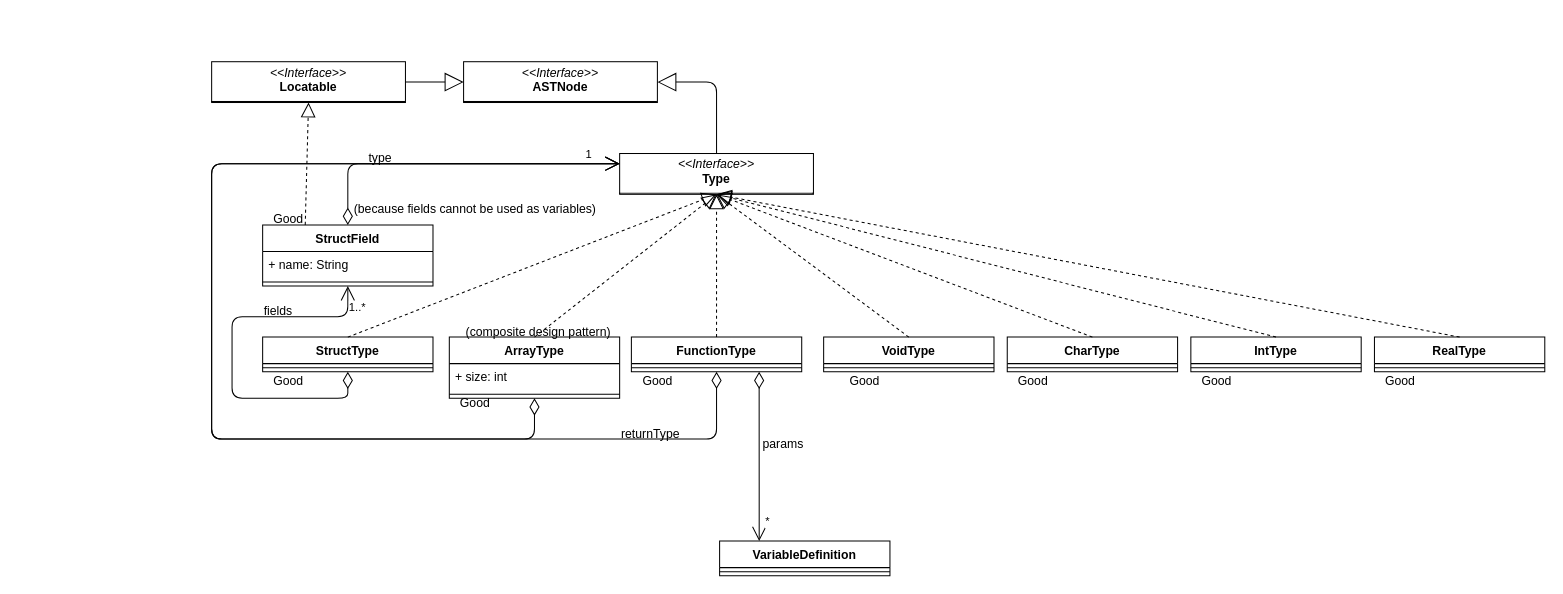
Above: diagrams/type.drawio in Diegomcha/dlp-compiler (draw.io), before the change. Source tidied: cells renumbered, new cells numbered last; positions are measured from the earlier drawing's top-left corner, leaving out a move shared by most shapes. Both pictures are drawn from the tidied source at 102%, with x=0, y=0 at pixel (211, 61).
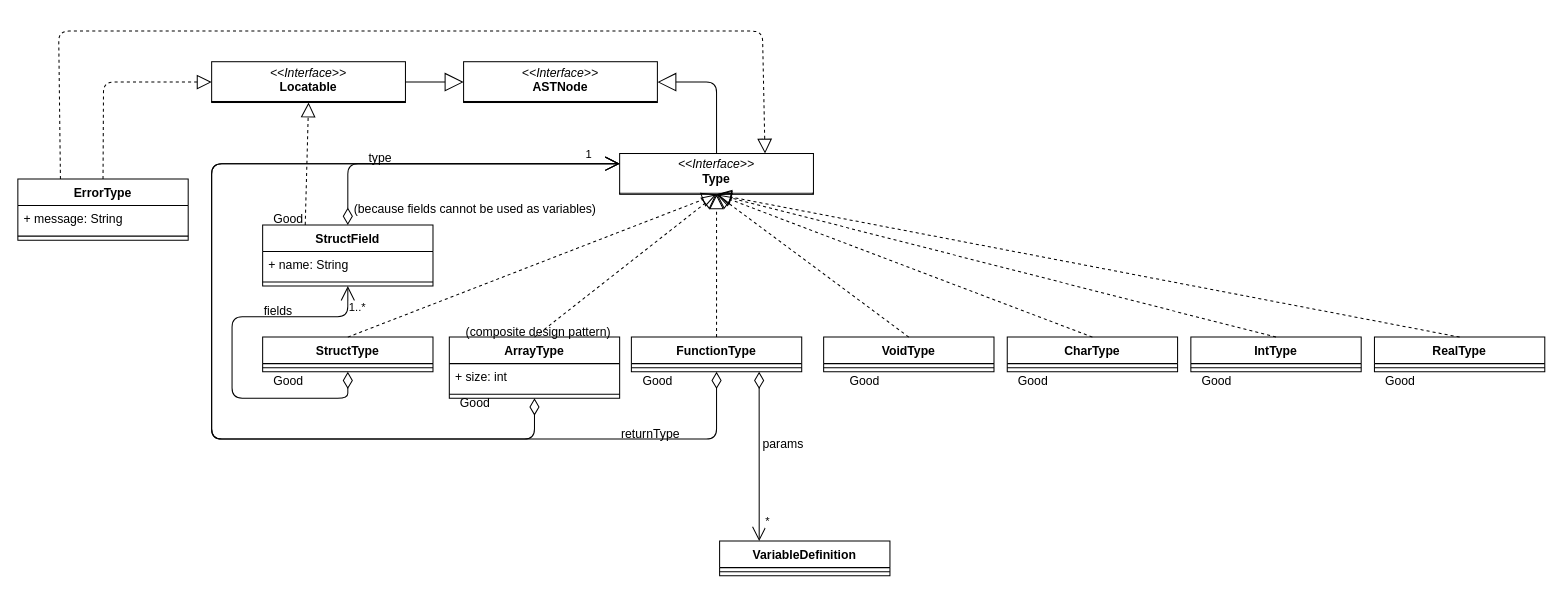
The same diagram, later.

Commit message:
feat(diagrams): added ErrorType

Unchanged cells that the change refers to:
```xml
<mxCell id="2" value="&lt;p style=&quot;margin:0px;margin-top:4px;text-align:center;&quot;&gt;&lt;i&gt;&amp;lt;&amp;lt;Interface&amp;gt;&amp;gt;&lt;/i&gt;&lt;br&gt;&lt;b&gt;Type&lt;/b&gt;&lt;/p&gt;&lt;hr size=&quot;1&quot; style=&quot;border-style:solid;&quot;&gt;&lt;p style=&quot;margin:0px;margin-left:4px;&quot;&gt;&lt;br&gt;&lt;/p&gt;" style="verticalAlign=top;align=left;overflow=fill;html=1;whiteSpace=wrap;" parent="1" vertex="1">
  <mxGeometry x="400" y="90" width="190" height="40" as="geometry" />
</mxCell>
<mxCell id="53" value="&lt;p style=&quot;margin:0px;margin-top:4px;text-align:center;&quot;&gt;&lt;i&gt;&amp;lt;&amp;lt;Interface&amp;gt;&amp;gt;&lt;/i&gt;&lt;br&gt;&lt;b&gt;Locatable&lt;/b&gt;&lt;/p&gt;&lt;hr size=&quot;1&quot; style=&quot;border-style:solid;&quot;&gt;&lt;p style=&quot;margin:0px;margin-left:4px;&quot;&gt;&lt;br&gt;&lt;/p&gt;" style="verticalAlign=top;align=left;overflow=fill;html=1;whiteSpace=wrap;" parent="1" vertex="1">
  <mxGeometry width="190" height="40" as="geometry" />
</mxCell>
```

Change to the diagram source:
```diff
@@
+    <mxCell id="55" value="ErrorType" style="swimlane;fontStyle=1;align=center;verticalAlign=top;horizontal=1;startSize=26;" parent="1" vertex="1">
+      <mxGeometry x="-190" y="115" width="167" height="60" as="geometry" />
+    </mxCell>
+    <mxCell id="56" value="+ message: String" style="text;strokeColor=none;fillColor=none;align=left;verticalAlign=top;spacingLeft=4;spacingRight=4;overflow=hidden;" parent="55" vertex="1">
+      <mxGeometry y="26" width="167" height="26" as="geometry" />
+    </mxCell>
+    <mxCell id="57" style="line;strokeWidth=1;fillColor=none;align=left;verticalAlign=middle;spacingTop=-1;spacingLeft=3;spacingRight=3;labelPosition=right;" parent="55" vertex="1">
+      <mxGeometry y="52" width="167" height="8" as="geometry" />
+    </mxCell>
+    <mxCell id="58" style="endArrow=block;dashed=1;endFill=0;endSize=12;html=1;exitX=0.5;exitY=0;exitDx=0;exitDy=0;entryX=0;entryY=0.5;entryDx=0;entryDy=0;" parent="1" edge="1" source="55" target="53">
+      <mxGeometry relative="1" as="geometry">
+        <Array as="points">
+          <mxPoint x="-106" y="20" />
+        </Array>
+      </mxGeometry>
+    </mxCell>
+    <mxCell id="59" style="endArrow=block;dashed=1;endFill=0;endSize=12;html=1;entryX=0.75;entryY=0;entryDx=0;entryDy=0;exitX=0.25;exitY=0;exitDx=0;exitDy=0;" parent="1" edge="1" source="55" target="2">
+      <mxGeometry relative="1" as="geometry">
+        <Array as="points">
+          <mxPoint x="-150" y="-30" />
+          <mxPoint x="540" y="-30" />
+        </Array>
+      </mxGeometry>
+    </mxCell>
```
